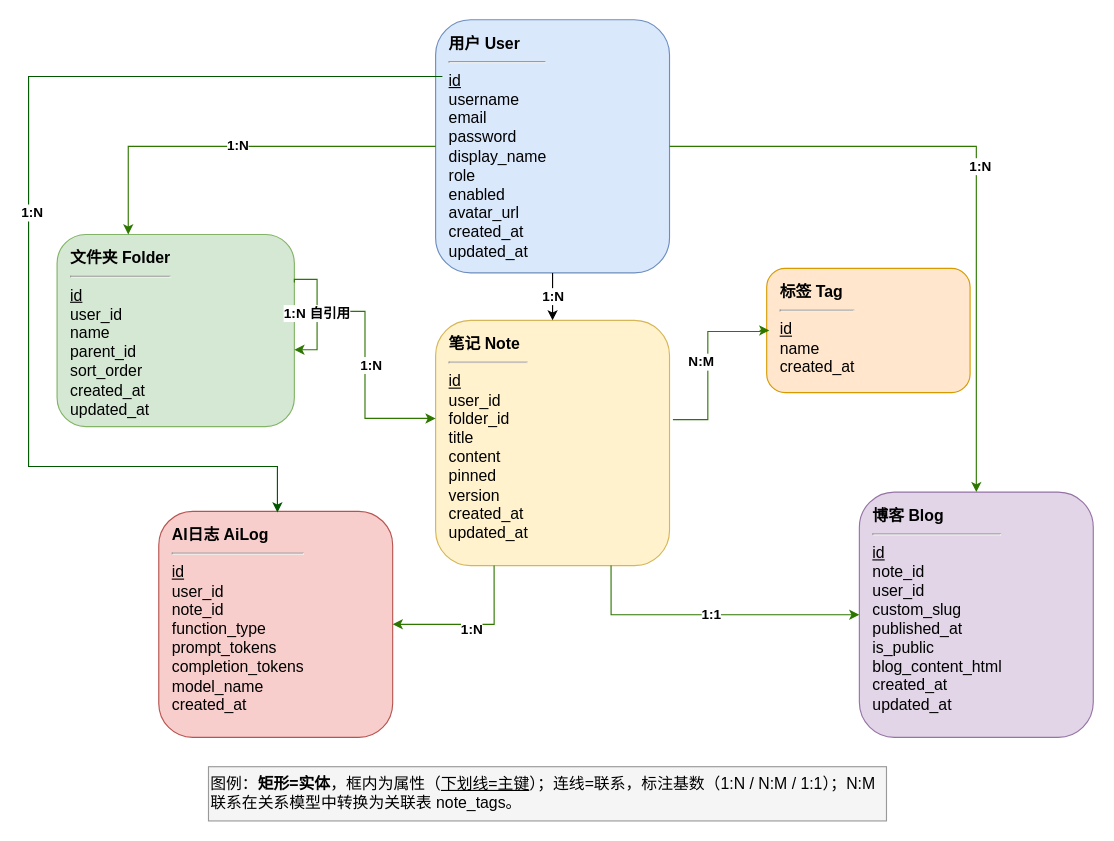
Earlier version of the draw.io diagram E-R图.drawio (SeekLife0/diagrams). Source tidied: cells renumbered, new cells numbered last; positions are measured from the earlier drawing's top-left corner, leaving out a move shared by most shapes. Both pictures are drawn from the tidied source at 113%, with x=0, y=0 at pixel (28, 19).
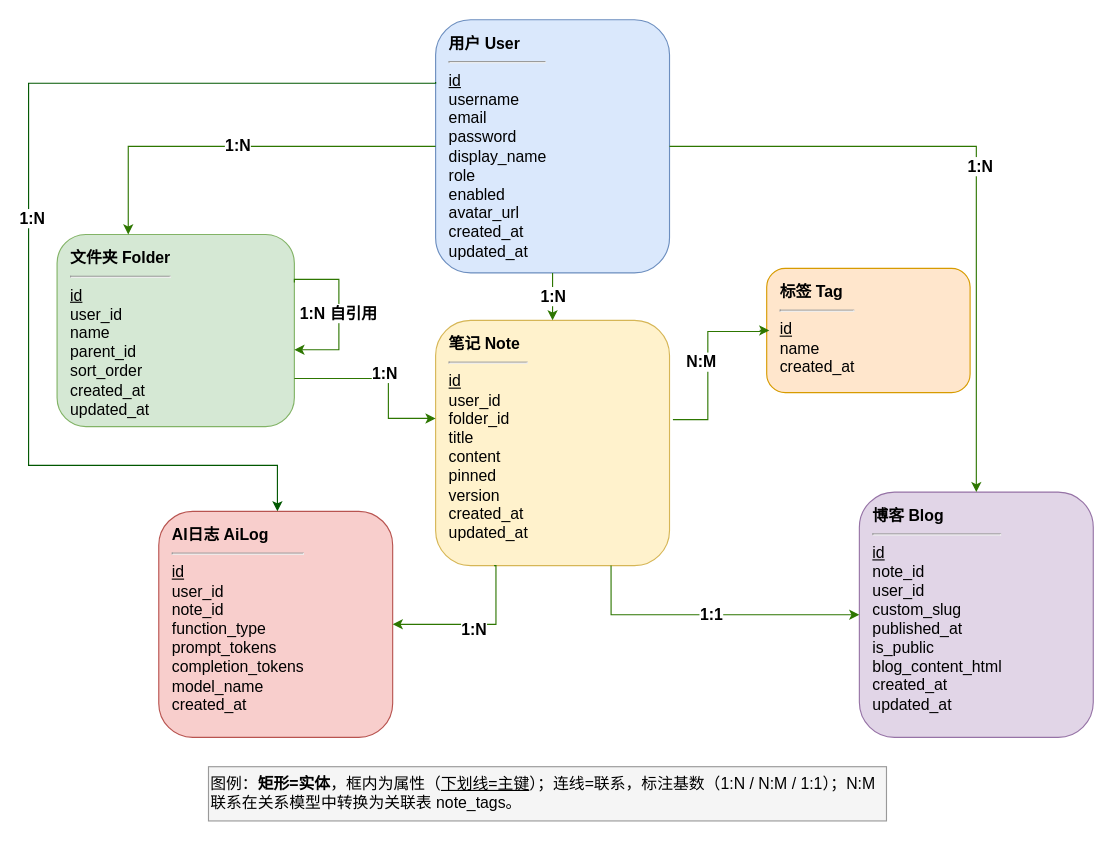
The same diagram, later.

The change refers to these unchanged cells:
```xml
<mxCell id="2" value="&lt;b&gt;用户 User&lt;/b&gt;&lt;br&gt;&lt;hr&gt;&lt;u&gt;id&lt;/u&gt;&lt;br&gt;username&lt;br&gt;email&lt;br&gt;password&lt;br&gt;display_name&lt;br&gt;role&lt;br&gt;enabled&lt;br&gt;avatar_url&lt;br&gt;created_at&lt;br&gt;updated_at" style="rounded=1;whiteSpace=wrap;html=1;fillColor=#dae8fc;strokeColor=#6c8ebf;verticalAlign=top;align=left;spacingLeft=10;spacingTop=6;fontSize=14;" parent="1" vertex="1">
  <mxGeometry x="360" width="207" height="224" as="geometry" />
</mxCell>
<mxCell id="3" value="&lt;b&gt;文件夹 Folder&lt;/b&gt;&lt;br&gt;&lt;hr&gt;&lt;u&gt;id&lt;/u&gt;&lt;br&gt;user_id&lt;br&gt;name&lt;br&gt;parent_id&lt;br&gt;sort_order&lt;br&gt;created_at&lt;br&gt;updated_at" style="rounded=1;whiteSpace=wrap;html=1;fillColor=#d5e8d4;strokeColor=#82b366;verticalAlign=top;align=left;spacingLeft=10;spacingTop=6;fontSize=14;" parent="1" vertex="1">
  <mxGeometry x="25" y="190" width="210" height="170" as="geometry" />
</mxCell>
<mxCell id="4" value="&lt;b&gt;笔记 Note&lt;/b&gt;&lt;br&gt;&lt;hr&gt;&lt;u&gt;id&lt;/u&gt;&lt;br&gt;user_id&lt;br&gt;folder_id&lt;br&gt;title&lt;br&gt;content&lt;br&gt;pinned&lt;br&gt;version&lt;br&gt;created_at&lt;br&gt;updated_at" style="rounded=1;whiteSpace=wrap;html=1;fillColor=#fff2cc;strokeColor=#d6b656;verticalAlign=top;align=left;spacingLeft=10;spacingTop=6;fontSize=14;" parent="1" vertex="1">
  <mxGeometry x="360" y="266" width="207" height="217" as="geometry" />
</mxCell>
<mxCell id="5" value="&lt;b&gt;标签 Tag&lt;/b&gt;&lt;br&gt;&lt;hr&gt;&lt;u&gt;id&lt;/u&gt;&lt;br&gt;name&lt;br&gt;created_at" style="rounded=1;whiteSpace=wrap;html=1;fillColor=#ffe6cc;strokeColor=#d79b00;verticalAlign=top;align=left;spacingLeft=10;spacingTop=6;fontSize=14;" parent="1" vertex="1">
  <mxGeometry x="653" y="220" width="180" height="110" as="geometry" />
</mxCell>
<mxCell id="6" value="&lt;b&gt;博客 Blog&lt;/b&gt;&lt;br&gt;&lt;hr&gt;&lt;u&gt;id&lt;/u&gt;&lt;br&gt;note_id&lt;br&gt;user_id&lt;br&gt;custom_slug&lt;br&gt;published_at&lt;br&gt;is_public&lt;br&gt;blog_content_html&lt;br&gt;created_at&lt;br&gt;updated_at" style="rounded=1;whiteSpace=wrap;html=1;fillColor=#e1d5e7;strokeColor=#9673a6;verticalAlign=top;align=left;spacingLeft=10;spacingTop=6;fontSize=14;" parent="1" vertex="1">
  <mxGeometry x="735" y="418" width="207" height="217" as="geometry" />
</mxCell>
<mxCell id="7" value="&lt;b&gt;AI日志 AiLog&lt;/b&gt;&lt;br&gt;&lt;hr&gt;&lt;u&gt;id&lt;/u&gt;&lt;br&gt;user_id&lt;br&gt;note_id&lt;br&gt;function_type&lt;br&gt;prompt_tokens&lt;br&gt;completion_tokens&lt;br&gt;model_name&lt;br&gt;created_at" style="rounded=1;whiteSpace=wrap;html=1;fillColor=#f8cecc;strokeColor=#b85450;verticalAlign=top;align=left;spacingLeft=10;spacingTop=6;fontSize=14;" parent="1" vertex="1">
  <mxGeometry x="115" y="435" width="207" height="200" as="geometry" />
</mxCell>
```

Diff of the diagram source:
```diff
@@
-<mxGraphModel background="light-dark(#FFFFFF,#000000)">
+<mxGraphModel background="light-dark(#FFFFFF,#FFFFFF)">
@@
-    <mxCell id="8" value="1:N" style="edgeStyle=orthogonalEdgeStyle;rounded=0;jettySize=auto;html=1;fontStyle=1;fontSize=12;labelBackgroundColor=#ffffff;exitX=0;exitY=0.5;exitDx=0;exitDy=0;entryX=0.3;entryY=0;entryDx=0;entryDy=0;fillColor=#60a917;strokeColor=#2D7600;fontColor=light-dark(#000000,#67AB9F);" parent="1" edge="1" source="2" target="3">
-      <mxGeometry relative="1" as="geometry" />
+    <mxCell id="8" value="1:N" style="edgeStyle=orthogonalEdgeStyle;rounded=0;jettySize=auto;html=1;fontStyle=1;fontSize=14;labelBackgroundColor=light-dark(#FFFFFF,#FFFFFF);exitX=0;exitY=0.5;exitDx=0;exitDy=0;entryX=0.3;entryY=0;entryDx=0;entryDy=0;fillColor=#60a917;strokeColor=#2D7600;fontColor=light-dark(#000000,#000000);" parent="1" edge="1" source="2" target="3">
+      <mxGeometry relative="1" as="geometry">
+        <Array as="points">
+          <mxPoint x="88" y="112.1" />
+        </Array>
+      </mxGeometry>
     </mxCell>
-    <mxCell id="9" value="1:N" style="edgeStyle=orthogonalEdgeStyle;rounded=0;jettySize=auto;html=1;fontStyle=1;fontSize=12;labelBackgroundColor=#ffffff;exitX=0.5;exitY=1;exitDx=0;exitDy=0;entryX=0.5;entryY=0;entryDx=0;entryDy=0;" parent="1" edge="1" source="2" target="4">
-      <mxGeometry relative="1" as="geometry" />
+    <mxCell id="9" value="1:N" style="edgeStyle=orthogonalEdgeStyle;rounded=0;jettySize=auto;html=1;fontStyle=1;fontSize=14;labelBackgroundColor=light-dark(#FFFFFF,#FFFFFF);exitX=0.5;exitY=1;exitDx=0;exitDy=0;entryX=0.5;entryY=0;entryDx=0;entryDy=0;fillColor=#60a917;strokeColor=#2D7600;fontColor=light-dark(#000000,#000000);" parent="1" edge="1" source="2" target="4">
+      <mxGeometry relative="1" as="geometry">
+        <Array as="points">
+          <mxPoint x="463.5" y="230.4" />
+          <mxPoint x="463.5" y="230.4" />
+        </Array>
+      </mxGeometry>
     </mxCell>
-    <mxCell id="10" value="1:N" style="edgeStyle=orthogonalEdgeStyle;rounded=0;jettySize=auto;html=1;fontStyle=1;fontSize=12;labelBackgroundColor=#ffffff;entryX=0.5;entryY=0;entryDx=0;entryDy=0;exitX=1;exitY=0.5;exitDx=0;exitDy=0;fillColor=#60a917;strokeColor=#2D7600;fontColor=light-dark(#000000,#67AB9F);" parent="1" edge="1" source="2" target="6">
+    <mxCell id="10" value="1:N" style="edgeStyle=orthogonalEdgeStyle;rounded=0;jettySize=auto;html=1;fontStyle=1;fontSize=14;labelBackgroundColor=light-dark(#FFFFFF,#FFFFFF);entryX=0.5;entryY=0;entryDx=0;entryDy=0;exitX=1;exitY=0.5;exitDx=0;exitDy=0;fillColor=#60a917;strokeColor=#2D7600;fontColor=light-dark(#000000,#000000);" parent="1" edge="1" source="2" target="6">
       <mxGeometry y="3" relative="1" as="geometry" />
     </mxCell>
-    <mxCell id="11" value="1:N" style="edgeStyle=orthogonalEdgeStyle;rounded=0;orthogonalLoop=1;jettySize=auto;html=1;fontStyle=1;fontSize=12;labelBackgroundColor=#ffffff;exitX=0;exitY=0.25;exitDx=0;exitDy=0;entryX=0.5;entryY=0;entryDx=0;entryDy=0;fillColor=#008a00;strokeColor=#005700;fontColor=light-dark(#000000,#67AB9F);" parent="1" edge="1">
+    <mxCell id="11" value="1:N" style="edgeStyle=orthogonalEdgeStyle;rounded=0;orthogonalLoop=1;jettySize=auto;html=1;fontStyle=1;fontSize=14;labelBackgroundColor=light-dark(#FFFFFF,#FFFFFF);exitX=0;exitY=0.25;exitDx=0;exitDy=0;entryX=0.5;entryY=0;entryDx=0;entryDy=0;fillColor=#008a00;strokeColor=#005700;fontColor=light-dark(#000000,#000000);" parent="1" edge="1">
       <mxGeometry y="3" relative="1" as="geometry">
-        <mxPoint x="366" y="50.2" as="sourcePoint" />
-        <mxPoint x="220" y="436" as="targetPoint" />
+        <mxPoint x="360" y="55" as="sourcePoint" />
+        <mxPoint x="220" y="435" as="targetPoint" />
         <Array as="points">
-          <mxPoint x="-0.2" y="50.3" />
-          <mxPoint x="-0.2" y="395.3" />
-          <mxPoint x="220" y="395.3" />
+          <mxPoint x="360" y="56.2" />
+          <mxPoint x="-0.2" y="56.2" />
+          <mxPoint x="-0.2" y="394.3" />
+          <mxPoint x="220" y="394.3" />
         </Array>
         <mxPoint y="1" as="offset" />
       </mxGeometry>
     </mxCell>
-    <mxCell id="12" value="1:N" style="edgeStyle=orthogonalEdgeStyle;rounded=0;jettySize=auto;html=1;fontStyle=1;fontSize=12;labelBackgroundColor=#ffffff;exitX=1;exitY=0.4;exitDx=0;exitDy=0;entryX=0;entryY=0.4;entryDx=0;entryDy=0;fillColor=#60a917;strokeColor=#2D7600;fontColor=light-dark(#000000,#67AB9F);" parent="1" edge="1" source="3" target="4">
-      <mxGeometry y="5" relative="1" as="geometry" />
+    <mxCell id="12" value="1:N" style="edgeStyle=orthogonalEdgeStyle;rounded=0;jettySize=auto;html=1;fontStyle=1;fontSize=14;labelBackgroundColor=light-dark(#FFFFFF,#FFFFFF);exitX=1;exitY=0.75;exitDx=0;exitDy=0;entryX=0;entryY=0.4;entryDx=0;entryDy=0;fillColor=#60a917;strokeColor=#2D7600;fontColor=light-dark(#000000,#000000);" parent="1" edge="1" source="3" target="4">
+      <mxGeometry y="5" relative="1" as="geometry">
+        <Array as="points">
+          <mxPoint x="318.2" y="317.5" />
+          <mxPoint x="318.2" y="352.8" />
+        </Array>
+      </mxGeometry>
     </mxCell>
-    <mxCell id="13" value="N:M" style="edgeStyle=orthogonalEdgeStyle;rounded=0;jettySize=auto;html=1;fontStyle=1;fontSize=12;labelBackgroundColor=#ffffff;entryX=0.013;entryY=0.499;entryDx=0;entryDy=0;entryPerimeter=0;fillColor=#60a917;strokeColor=#2D7600;fontColor=light-dark(#000000,#67AB9F);" parent="1" edge="1" target="5">
+    <mxCell id="13" value="N:M" style="edgeStyle=orthogonalEdgeStyle;rounded=0;jettySize=auto;html=1;fontStyle=1;fontSize=14;labelBackgroundColor=light-dark(#FFFFFF,#FFFFFF);entryX=0.013;entryY=0.499;entryDx=0;entryDy=0;entryPerimeter=0;fillColor=#60a917;strokeColor=#2D7600;fontColor=light-dark(#000000,#000000);" parent="1" edge="1" target="5">
       <mxGeometry x="-0.01" y="6" relative="1" as="geometry">
         <mxPoint x="570" y="353.9" as="sourcePoint" />
         <Array as="points">
           <mxPoint x="600.9" y="353.9" />
           <mxPoint x="600.9" y="275.9" />
           <mxPoint x="647.3" y="275.9" />
         </Array>
         <mxPoint y="-1" as="offset" />
       </mxGeometry>
     </mxCell>
-    <mxCell id="14" value="1:1" style="edgeStyle=orthogonalEdgeStyle;rounded=0;jettySize=auto;html=1;fontStyle=1;fontSize=12;labelBackgroundColor=#ffffff;exitX=0.75;exitY=1;exitDx=0;exitDy=0;entryX=0;entryY=0.5;entryDx=0;entryDy=0;fillColor=#60a917;strokeColor=#2D7600;fontColor=light-dark(#000000,#67AB9F);" parent="1" edge="1" source="4" target="6">
+    <mxCell id="14" value="1:1" style="edgeStyle=orthogonalEdgeStyle;rounded=0;jettySize=auto;html=1;fontStyle=1;fontSize=14;labelBackgroundColor=light-dark(#FFFFFF,#FFFFFF);exitX=0.75;exitY=1;exitDx=0;exitDy=0;entryX=0;entryY=0.5;entryDx=0;entryDy=0;fillColor=#60a917;strokeColor=#2D7600;fontColor=light-dark(#000000,#000000);" parent="1" edge="1" source="4" target="6">
       <mxGeometry relative="1" as="geometry">
         <Array as="points">
           <mxPoint x="515.3" y="526.5" />
         </Array>
       </mxGeometry>
     </mxCell>
-    <mxCell id="15" value="1:N" style="edgeStyle=orthogonalEdgeStyle;rounded=0;jettySize=auto;html=1;fontStyle=1;fontSize=12;labelBackgroundColor=#ffffff;exitX=0.25;exitY=1;exitDx=0;exitDy=0;entryX=1;entryY=0.5;entryDx=0;entryDy=0;fillColor=#60a917;strokeColor=#2D7600;fontColor=light-dark(#000000,#67AB9F);" parent="1" edge="1" source="4" target="7">
-      <mxGeometry x="0.01" y="5" relative="1" as="geometry" />
+    <mxCell id="15" value="1:N" style="edgeStyle=orthogonalEdgeStyle;rounded=0;jettySize=auto;html=1;fontStyle=1;fontSize=14;labelBackgroundColor=light-dark(#FFFFFF,#FFFFFF);exitX=0.25;exitY=1;exitDx=0;exitDy=0;entryX=1;entryY=0.5;entryDx=0;entryDy=0;fillColor=#60a917;strokeColor=#2D7600;fontColor=light-dark(#000000,#000000);" parent="1" edge="1" source="4" target="7">
+      <mxGeometry x="0.01" y="5" relative="1" as="geometry">
+        <Array as="points">
+          <mxPoint x="413.4" y="483" />
+          <mxPoint x="413.4" y="535" />
+        </Array>
+      </mxGeometry>
     </mxCell>
-    <mxCell id="16" value="1:N 自引用" style="edgeStyle=orthogonalEdgeStyle;rounded=0;orthogonalLoop=1;jettySize=auto;html=1;fontStyle=1;fontSize=12;labelBackgroundColor=#ffffff;exitX=1;exitY=0.25;exitDx=0;exitDy=0;entryX=1;entryY=0.6;entryDx=0;entryDy=0;innerLoopWaypoints=1;fillColor=#60a917;strokeColor=#2D7600;fontColor=light-dark(#000000,#67AB9F);" parent="1" edge="1" source="3" target="3">
+    <mxCell id="16" value="1:N 自引用" style="edgeStyle=orthogonalEdgeStyle;rounded=0;orthogonalLoop=1;jettySize=auto;html=1;fontStyle=1;fontSize=14;labelBackgroundColor=light-dark(#FFFFFF,#FFFFFF);exitX=1;exitY=0.25;exitDx=0;exitDy=0;entryX=1;entryY=0.6;entryDx=0;entryDy=0;innerLoopWaypoints=1;fillColor=#60a917;strokeColor=#2D7600;fontColor=light-dark(#000000,#000000);" parent="1" edge="1" source="3" target="3">
       <mxGeometry relative="1" as="geometry">
         <Array as="points">
-          <mxPoint x="235.1" y="229.7" />
-          <mxPoint x="255.1" y="229.7" />
-          <mxPoint x="255.1" y="291.9" />
+          <mxPoint x="235" y="229.7" />
+          <mxPoint x="274.4" y="229.7" />
+          <mxPoint x="274.4" y="292" />
         </Array>
       </mxGeometry>
     </mxCell>
```
